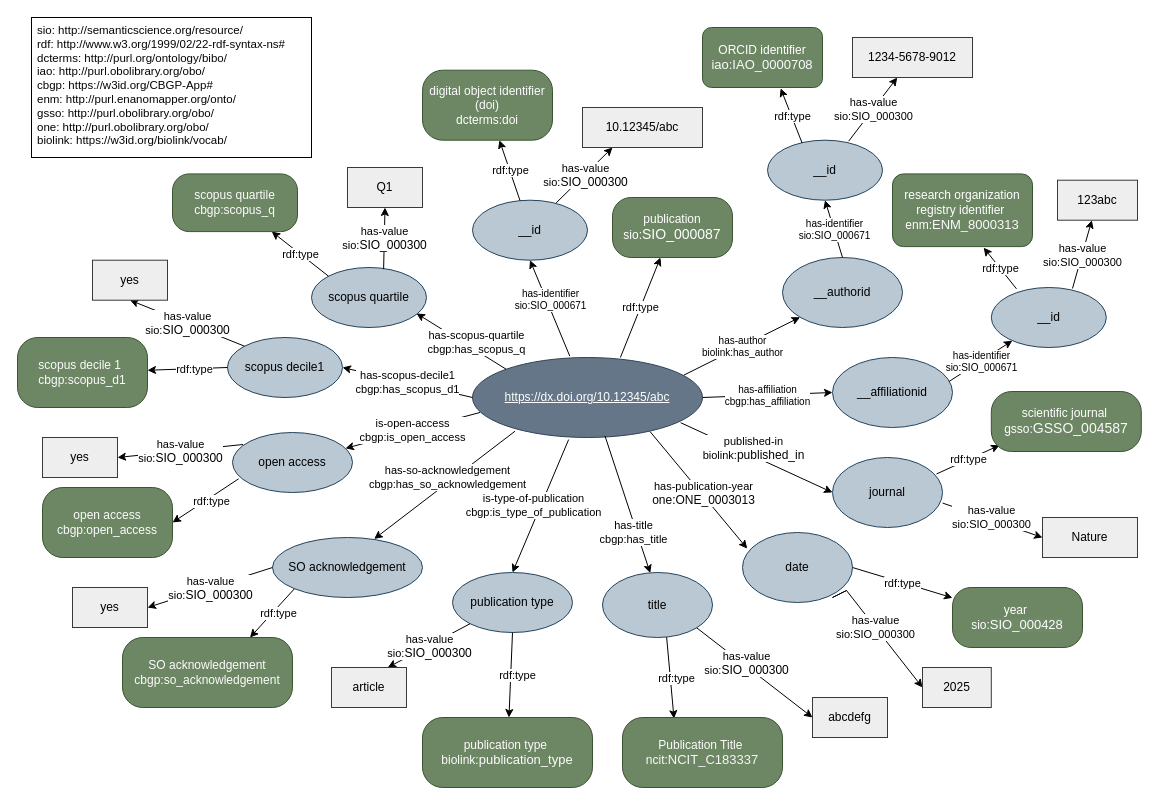
This is Diagrama sin título.drawio from saracuriel/CBGP, a draw.io file, before an edit. Source tidied: cells renumbered, new cells numbered last; positions are measured from the earlier drawing's top-left corner, leaving out a move shared by most shapes. Both pictures are drawn from the tidied source at 100%, with x=0, y=0 at pixel (17, 17).
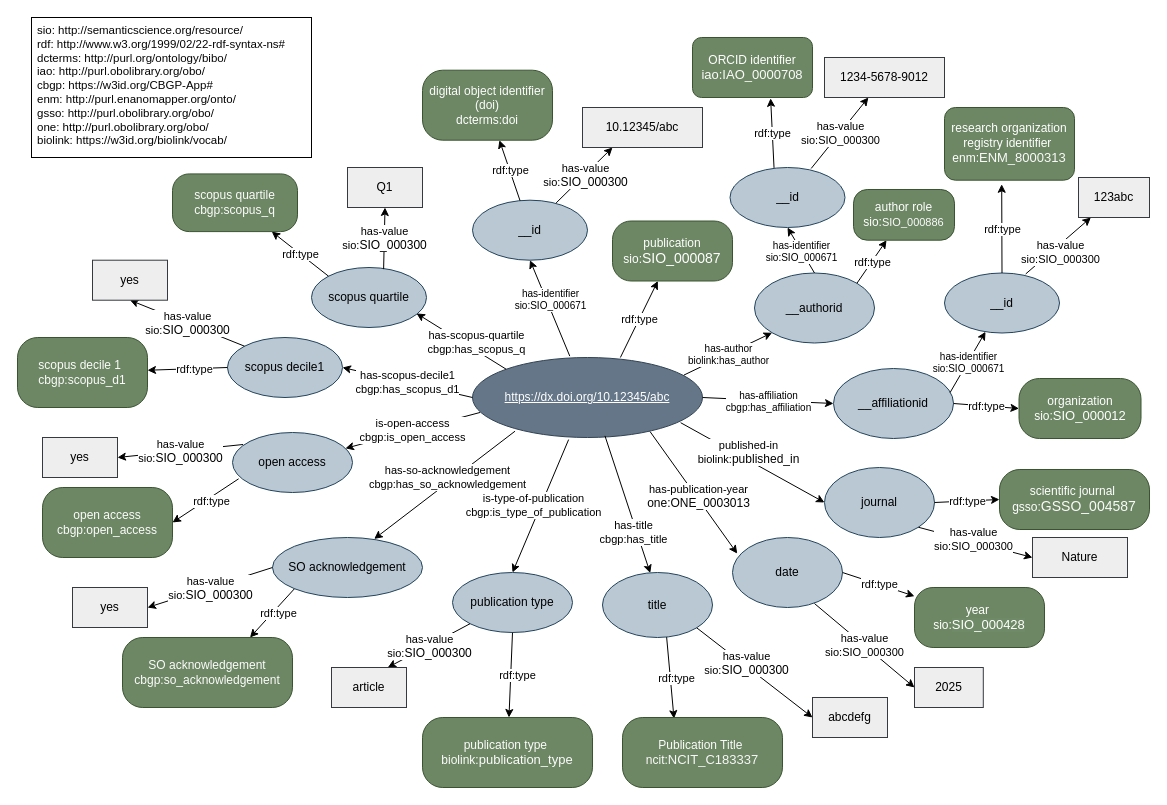
After the change.

The change refers to these unchanged cells:
```xml
<mxCell id="31" style="endArrow=classic;html=1;rounded=0;exitX=0.706;exitY=0.016;exitDx=0;exitDy=0;exitPerimeter=0;" parent="1" edge="1" source="34" target="33">
  <mxGeometry relative="1" as="geometry" />
</mxCell>
```

Diff of the diagram source:
```diff
@@
     <mxCell id="7" value="publication&lt;div&gt;sio:&lt;span style=&quot;font-family: &amp;quot;IBM Plex Sans&amp;quot;, Helvetica, Arial, sans-serif; font-size: 14px; text-align: start; background-color: transparent;&quot;&gt;SIO_000087&lt;/span&gt;&lt;/div&gt;" style="rounded=1;whiteSpace=wrap;html=1;arcSize=31;fillColor=#6d8764;strokeColor=#3A5431;fontColor=#ffffff;" parent="1" vertex="1">
-      <mxGeometry x="595" y="180" width="120" height="60" as="geometry" />
+      <mxGeometry x="595" y="203.5" width="120" height="60" as="geometry" />
     </mxCell>
@@
     <mxCell id="16" value="__authorid" style="ellipse;whiteSpace=wrap;html=1;fillColor=#bac8d3;strokeColor=#23445d;" parent="1" vertex="1">
-      <mxGeometry x="765" y="240" width="120" height="70" as="geometry" />
+      <mxGeometry x="737" y="255.5" width="120" height="70" as="geometry" />
     </mxCell>
@@
     <mxCell id="21" value="1234-5678-9012" style="rounded=0;whiteSpace=wrap;html=1;fillColor=#eeeeee;strokeColor=#36393d;" parent="1" vertex="1">
-      <mxGeometry x="835" y="20" width="120" height="40" as="geometry" />
+      <mxGeometry x="807" y="40" width="120" height="40" as="geometry" />
     </mxCell>
@@
     <mxCell id="24" value="__id" style="ellipse;whiteSpace=wrap;html=1;fillColor=#bac8d3;strokeColor=#23445d;" parent="1" vertex="1">
-      <mxGeometry x="750" y="122.7" width="115" height="60" as="geometry" />
+      <mxGeometry x="712.5" y="150" width="115" height="60" as="geometry" />
     </mxCell>
-    <mxCell id="25" style="endArrow=classic;html=1;rounded=0;entryX=0.651;entryY=1.014;entryDx=0;entryDy=0;entryPerimeter=0;exitX=0.301;exitY=0.047;exitDx=0;exitDy=0;exitPerimeter=0;" parent="1" edge="1" source="24" target="27">
+    <mxCell id="25" style="endArrow=classic;html=1;rounded=0;entryX=0.651;entryY=1.014;entryDx=0;entryDy=0;entryPerimeter=0;exitX=0.383;exitY=0.007;exitDx=0;exitDy=0;exitPerimeter=0;" parent="1" edge="1" source="24" target="27">
       <mxGeometry relative="1" as="geometry" />
     </mxCell>
@@
     <mxCell id="27" value="ORCID identifier&lt;br&gt;&lt;span style=&quot;font-family: &amp;quot;IBM Plex Sans&amp;quot;, Helvetica, Arial, sans-serif; font-style: normal; font-variant-ligatures: normal; font-variant-caps: normal; font-weight: 400; letter-spacing: normal; orphans: 2; text-align: start; text-indent: 0px; text-transform: none; widows: 2; word-spacing: 0px; -webkit-text-stroke-width: 0px; white-space: normal; text-decoration-thickness: initial; text-decoration-style: initial; text-decoration-color: initial; float: none; display: inline !important;&quot;&gt;&lt;font style=&quot;font-size: 13px; color: light-dark(rgb(253, 252, 252), rgb(237, 237, 237));&quot;&gt;iao:IAO_0000708&lt;/font&gt;&lt;/span&gt;" style="rounded=1;whiteSpace=wrap;html=1;fillColor=#6d8764;fontColor=#ffffff;strokeColor=#3A5431;" parent="1" vertex="1">
-      <mxGeometry x="685" y="10" width="120" height="60" as="geometry" />
+      <mxGeometry x="675" y="20" width="120" height="60" as="geometry" />
     </mxCell>
@@
     <mxCell id="30" value="__affiliationid" style="ellipse;whiteSpace=wrap;html=1;fillColor=#bac8d3;strokeColor=#23445d;" parent="1" vertex="1">
-      <mxGeometry x="815" y="340" width="120" height="70" as="geometry" />
+      <mxGeometry x="816" y="351" width="120" height="70" as="geometry" />
     </mxCell>
@@
     <mxCell id="32" value="has-value&lt;div&gt;sio:SIO_000300&lt;/div&gt;" style="edgeLabel;html=1;align=center;verticalAlign=middle;" parent="31" vertex="1">
-      <mxGeometry relative="1" as="geometry" />
+      <mxGeometry relative="1" as="geometry">
+        <mxPoint x="2" y="6" as="offset" />
+      </mxGeometry>
     </mxCell>
     <mxCell id="33" value="123abc" style="rounded=0;whiteSpace=wrap;html=1;fillColor=#eeeeee;strokeColor=#36393d;" parent="1" vertex="1">
-      <mxGeometry x="1040" y="162.7" width="80" height="40" as="geometry" />
+      <mxGeometry x="1061" y="160" width="71" height="40" as="geometry" />
     </mxCell>
     <mxCell id="34" value="__id" style="ellipse;whiteSpace=wrap;html=1;fillColor=#bac8d3;strokeColor=#23445d;" parent="1" vertex="1">
-      <mxGeometry x="973.8" y="270" width="115" height="60" as="geometry" />
+      <mxGeometry x="927" y="255.5" width="115" height="60" as="geometry" />
     </mxCell>
-    <mxCell id="35" style="endArrow=classic;html=1;rounded=0;entryX=0.651;entryY=1.014;entryDx=0;entryDy=0;entryPerimeter=0;exitX=0.219;exitY=0.022;exitDx=0;exitDy=0;exitPerimeter=0;" parent="1" edge="1" source="34" target="37">
+    <mxCell id="35" style="endArrow=classic;html=1;rounded=0;entryX=0.44;entryY=1.056;entryDx=0;entryDy=0;entryPerimeter=0;exitX=0.5;exitY=0;exitDx=0;exitDy=0;" parent="1" edge="1" source="34" target="37">
       <mxGeometry relative="1" as="geometry" />
     </mxCell>
@@
     <mxCell id="37" value="research organization registry identifier&amp;nbsp;&lt;div&gt;enm:&lt;span style=&quot;font-family: &amp;quot;IBM Plex Sans&amp;quot;, Helvetica, Arial, sans-serif; text-align: start;&quot;&gt;&lt;font style=&quot;color: light-dark(rgb(250, 250, 250), rgb(149, 149, 149)); font-size: 13px;&quot;&gt;ENM_8000313&lt;/font&gt;&lt;/span&gt;&lt;/div&gt;" style="rounded=1;whiteSpace=wrap;html=1;fillColor=#6d8764;fontColor=#ffffff;strokeColor=#3A5431;" parent="1" vertex="1">
-      <mxGeometry x="875" y="156.4" width="140" height="72.7" as="geometry" />
+      <mxGeometry x="927" y="90" width="130" height="72.7" as="geometry" />
     </mxCell>
@@
     <mxCell id="42" value="journal" style="ellipse;whiteSpace=wrap;html=1;fillColor=#bac8d3;strokeColor=#23445d;" parent="1" vertex="1">
-      <mxGeometry x="815" y="440" width="110" height="70" as="geometry" />
+      <mxGeometry x="807" y="450" width="110" height="70" as="geometry" />
     </mxCell>
-    <mxCell id="43" style="endArrow=classic;html=1;rounded=0;entryX=0;entryY=0.5;entryDx=0;entryDy=0;exitX=1.001;exitY=0.651;exitDx=0;exitDy=0;exitPerimeter=0;" parent="1" edge="1" source="42" target="45">
+    <mxCell id="43" style="endArrow=classic;html=1;rounded=0;entryX=0;entryY=0.5;entryDx=0;entryDy=0;exitX=1;exitY=1;exitDx=0;exitDy=0;" parent="1" edge="1" source="42" target="45">
       <mxGeometry relative="1" as="geometry" />
     </mxCell>
@@
     <mxCell id="45" value="Nature" style="rounded=0;whiteSpace=wrap;html=1;fillColor=#eeeeee;strokeColor=#36393d;" parent="1" vertex="1">
-      <mxGeometry x="1025" y="500" width="95" height="40" as="geometry" />
+      <mxGeometry x="1015" y="520" width="95" height="40" as="geometry" />
     </mxCell>
-    <mxCell id="46" style="endArrow=classic;html=1;rounded=0;exitX=0.946;exitY=0.235;exitDx=0;exitDy=0;exitPerimeter=0;entryX=0.055;entryY=0.896;entryDx=0;entryDy=0;entryPerimeter=0;" parent="1" edge="1" source="42" target="48">
+    <mxCell id="46" style="endArrow=classic;html=1;rounded=0;entryX=0;entryY=0.5;entryDx=0;entryDy=0;exitX=1;exitY=0.5;exitDx=0;exitDy=0;" parent="1" edge="1" source="42" target="48">
       <mxGeometry relative="1" as="geometry" />
     </mxCell>
@@
     <mxCell id="48" value="scientific journal&amp;nbsp;&lt;div&gt;gsso:&lt;span style=&quot;font-family: &amp;quot;IBM Plex Sans&amp;quot;, Helvetica, Arial, sans-serif; font-size: 14px; text-align: start; background-color: transparent;&quot;&gt;&lt;font style=&quot;color: light-dark(rgb(250, 250, 250), rgb(149, 149, 149));&quot;&gt;GSSO_004587&lt;/font&gt;&lt;/span&gt;&lt;/div&gt;" style="rounded=1;whiteSpace=wrap;html=1;arcSize=34;fillColor=#6d8764;fontColor=#ffffff;strokeColor=#3A5431;" parent="1" vertex="1">
-      <mxGeometry x="973.8" y="374" width="150" height="60" as="geometry" />
+      <mxGeometry x="982" y="452" width="150" height="60" as="geometry" />
     </mxCell>
@@
     <mxCell id="51" value="date" style="ellipse;whiteSpace=wrap;html=1;fillColor=#bac8d3;strokeColor=#23445d;" parent="1" vertex="1">
-      <mxGeometry x="725" y="515" width="110" height="70" as="geometry" />
+      <mxGeometry x="715" y="520" width="110" height="70" as="geometry" />
     </mxCell>
-    <mxCell id="52" style="endArrow=classic;html=1;rounded=0;entryX=0;entryY=0.5;entryDx=0;entryDy=0;exitX=0.945;exitY=0.829;exitDx=0;exitDy=0;exitPerimeter=0;" parent="1" edge="1" source="51" target="54">
-      <mxGeometry relative="1" as="geometry">
-        <Array as="points">
-          <mxPoint x="815" y="580" />
-          <mxPoint x="829" y="573" />
-        </Array>
-      </mxGeometry>
+    <mxCell id="52" style="endArrow=classic;html=1;rounded=0;entryX=0;entryY=0.5;entryDx=0;entryDy=0;exitX=0.745;exitY=0.943;exitDx=0;exitDy=0;exitPerimeter=0;" parent="1" edge="1" source="51" target="54">
+      <mxGeometry relative="1" as="geometry" />
     </mxCell>
@@
     <mxCell id="54" value="2025" style="rounded=0;whiteSpace=wrap;html=1;fillColor=#eeeeee;strokeColor=#36393d;" parent="1" vertex="1">
-      <mxGeometry x="905" y="650" width="68.8" height="40" as="geometry" />
+      <mxGeometry x="897" y="650" width="68.8" height="40" as="geometry" />
     </mxCell>
@@
     <mxCell id="57" value="year&amp;nbsp;&lt;div&gt;sio:&lt;span style=&quot;font-family: &amp;quot;IBM Plex Sans&amp;quot;, Helvetica, Arial, sans-serif; text-align: start; text-wrap-mode: nowrap; color: light-dark(rgb(255, 255, 255), rgb(18, 18, 18)); background-color: light-dark(rgb(111, 138, 102), rgb(173, 90, 0));&quot;&gt;&lt;font style=&quot;font-size: 13px;&quot;&gt;SIO_000428&lt;/font&gt;&lt;/span&gt;&lt;/div&gt;" style="rounded=1;whiteSpace=wrap;html=1;arcSize=31;fillColor=#6d8764;fontColor=#ffffff;strokeColor=#3A5431;" parent="1" vertex="1">
-      <mxGeometry x="935" y="570" width="130" height="60" as="geometry" />
+      <mxGeometry x="897" y="570" width="130" height="60" as="geometry" />
     </mxCell>
@@
+    <mxCell id="112" style="endArrow=classic;html=1;rounded=0;exitX=1;exitY=0.5;exitDx=0;exitDy=0;entryX=0;entryY=0.5;entryDx=0;entryDy=0;" parent="1" edge="1" source="30" target="114">
+      <mxGeometry relative="1" as="geometry" />
+    </mxCell>
+    <mxCell id="113" value="rdf:type" style="edgeLabel;html=1;align=center;verticalAlign=middle;" parent="112" vertex="1">
+      <mxGeometry relative="1" as="geometry" />
+    </mxCell>
+    <mxCell id="114" value="organization&lt;div&gt;sio:&lt;span style=&quot;font-family: &amp;quot;IBM Plex Sans&amp;quot;, Helvetica, Arial, sans-serif; text-align: start; background-color: transparent;&quot;&gt;&lt;font style=&quot;font-size: 13px; color: light-dark(rgb(255, 255, 255), rgb(149, 149, 149));&quot;&gt;SIO_000012&lt;/font&gt;&lt;/span&gt;&lt;/div&gt;" style="rounded=1;whiteSpace=wrap;html=1;arcSize=34;fillColor=#6d8764;fontColor=#ffffff;strokeColor=#3A5431;" parent="1" vertex="1">
+      <mxGeometry x="1001.5" y="361" width="122" height="60" as="geometry" />
+    </mxCell>
+    <mxCell id="115" style="endArrow=classic;html=1;rounded=0;exitX=1;exitY=0;exitDx=0;exitDy=0;" parent="1" edge="1" source="16" target="117">
+      <mxGeometry relative="1" as="geometry" />
+    </mxCell>
+    <mxCell id="116" value="rdf:type" style="edgeLabel;html=1;align=center;verticalAlign=middle;" parent="115" vertex="1">
+      <mxGeometry relative="1" as="geometry" />
+    </mxCell>
+    <mxCell id="117" value="author role&lt;div&gt;sio:&lt;span style=&quot;font-family: &amp;quot;IBM Plex Sans&amp;quot;, Helvetica, Arial, sans-serif; text-align: start; background-color: transparent;&quot;&gt;&lt;font style=&quot;color: light-dark(rgb(252, 252, 252), rgb(149, 149, 149)); font-size: 11px;&quot;&gt;SIO_000886&lt;/font&gt;&lt;/span&gt;&lt;/div&gt;" style="rounded=1;whiteSpace=wrap;html=1;arcSize=27;fillColor=#6d8764;fontColor=#ffffff;strokeColor=#3A5431;" parent="1" vertex="1">
+      <mxGeometry x="836" y="172" width="101" height="50.7" as="geometry" />
+    </mxCell>
```
